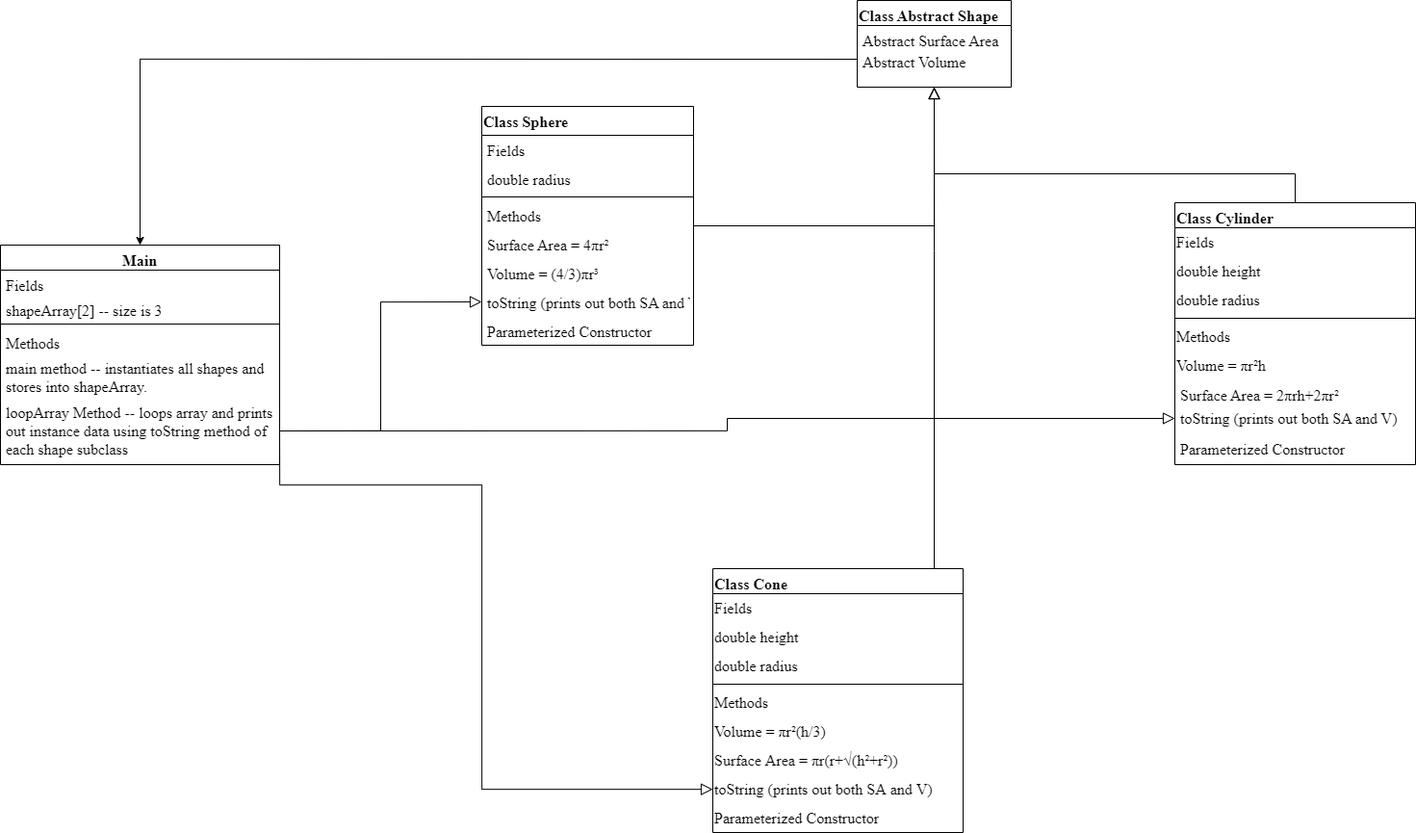
Earlier version of the draw.io export ShapesUML.drawio.png (monstro-montra/Shapes). Source tidied: cells renumbered, new cells last; positions are measured from the earlier drawing's top-left corner, leaving out a move shared by most shapes.
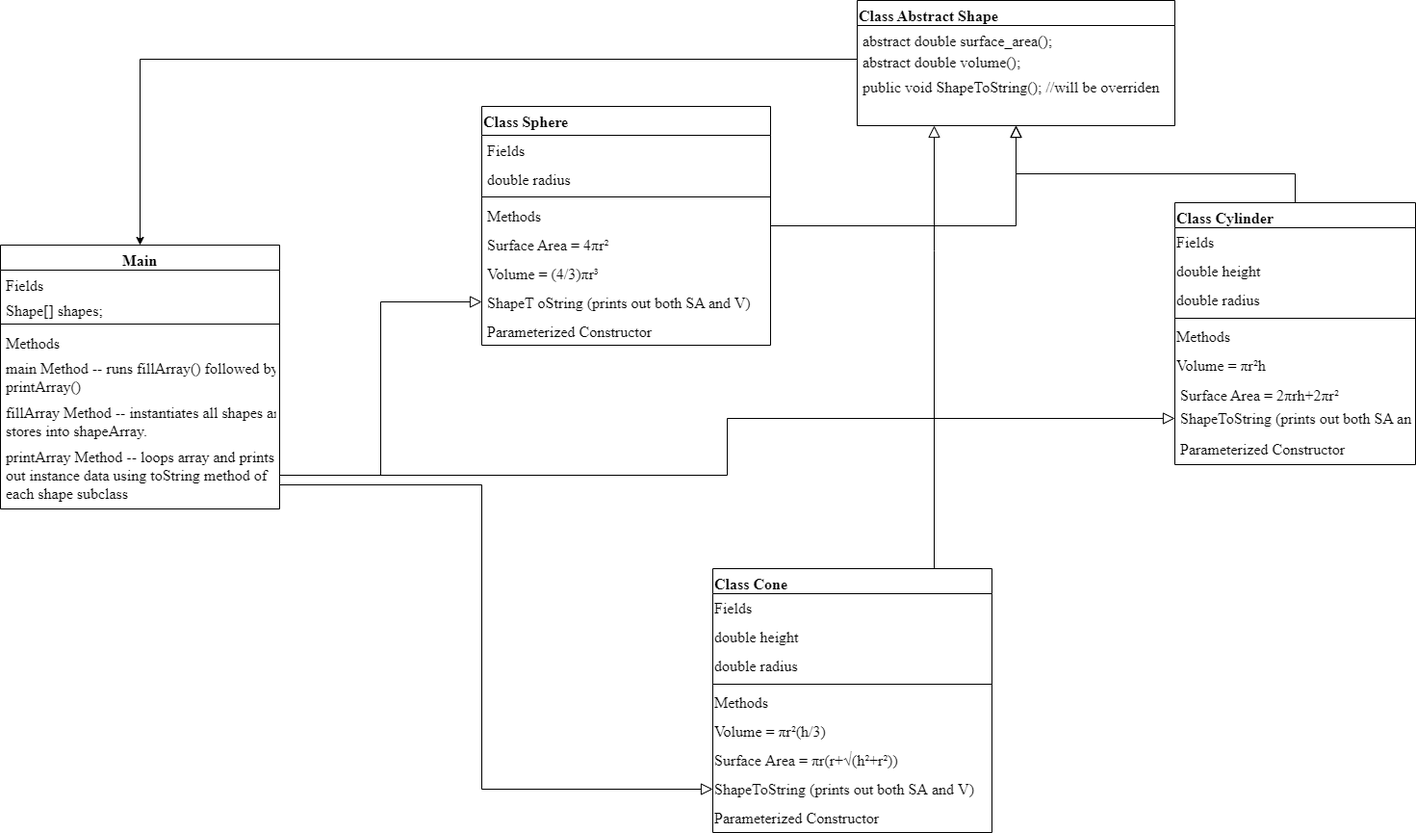
After the commit.

Diff of the diagram source:
```diff
@@ -3,43 +3,46 @@
     <mxCell id="0" />
     <mxCell id="1" parent="0" />
     <mxCell id="2" value="Class Abstract Shape" style="swimlane;fontStyle=1;align=left;verticalAlign=top;horizontal=1;startSize=26;rounded=0;shadow=0;strokeWidth=1;fontFamily=Times New Roman;fontSize=16;" parent="1" vertex="1">
-      <mxGeometry x="890" width="160" height="90" as="geometry" />
+      <mxGeometry x="890" width="330" height="130" as="geometry" />
     </mxCell>
-    <mxCell id="3" value="Abstract Surface Area" style="text;align=left;verticalAlign=top;spacingLeft=4;spacingRight=4;overflow=hidden;fontFamily=Times New Roman;fontSize=16;" parent="2" vertex="1">
-      <mxGeometry y="26" width="160" height="22" as="geometry" />
+    <mxCell id="3" value="abstract double surface_area();" style="text;align=left;verticalAlign=top;spacingLeft=4;spacingRight=4;overflow=hidden;fontFamily=Times New Roman;fontSize=16;" parent="2" vertex="1">
+      <mxGeometry y="26" width="330" height="22" as="geometry" />
     </mxCell>
-    <mxCell id="4" value="Abstract Volume" style="text;align=left;verticalAlign=top;spacingLeft=4;spacingRight=4;overflow=hidden;points=[[0,0.5],[1,0.5]];portConstraint=eastwest;rounded=0;shadow=0;html=0;fontFamily=Times New Roman;fontSize=16;" parent="2" vertex="1">
-      <mxGeometry y="48" width="160" height="26" as="geometry" />
+    <mxCell id="4" value="abstract double volume();" style="text;align=left;verticalAlign=top;spacingLeft=4;spacingRight=4;overflow=hidden;points=[[0,0.5],[1,0.5]];portConstraint=eastwest;rounded=0;shadow=0;html=0;fontFamily=Times New Roman;fontSize=16;" parent="2" vertex="1">
+      <mxGeometry y="48" width="330" height="26" as="geometry" />
     </mxCell>
+    <mxCell id="48" value="public void ShapeToString(); //will be overriden" style="text;align=left;verticalAlign=top;spacingLeft=4;spacingRight=4;overflow=hidden;rounded=0;shadow=0;html=0;fontFamily=Times New Roman;fontSize=16;" parent="2" vertex="1">
+      <mxGeometry y="74" width="330" height="26" as="geometry" />
+    </mxCell>
     <mxCell id="5" value="Class Cone" style="swimlane;fontStyle=1;align=left;verticalAlign=top;horizontal=1;startSize=26;rounded=0;shadow=0;strokeWidth=1;fontFamily=Times New Roman;fontSize=16;" parent="1" vertex="1">
-      <mxGeometry x="740" y="590" width="260" height="274" as="geometry" />
+      <mxGeometry x="740" y="590" width="290" height="274" as="geometry" />
     </mxCell>
     <mxCell id="6" value="&lt;font style=&quot;font-size: 16px;&quot;&gt;Fields&lt;br style=&quot;font-size: 16px;&quot;&gt;&lt;/font&gt;" style="text;html=1;align=left;verticalAlign=middle;strokeColor=none;fillColor=none;fontSize=16;fontFamily=Times New Roman;" parent="5" vertex="1">
-      <mxGeometry y="26" width="260" height="30" as="geometry" />
+      <mxGeometry y="26" width="290" height="30" as="geometry" />
     </mxCell>
     <mxCell id="7" value="double height" style="text;html=1;align=left;verticalAlign=middle;strokeColor=none;fillColor=none;fontSize=16;fontFamily=Times New Roman;" parent="5" vertex="1">
-      <mxGeometry y="56" width="260" height="30" as="geometry" />
+      <mxGeometry y="56" width="290" height="30" as="geometry" />
     </mxCell>
     <mxCell id="8" value="double radius" style="text;html=1;align=left;verticalAlign=middle;strokeColor=none;fillColor=none;fontSize=16;fontFamily=Times New Roman;" parent="5" vertex="1">
-      <mxGeometry y="86" width="260" height="30" as="geometry" />
+      <mxGeometry y="86" width="290" height="30" as="geometry" />
     </mxCell>
     <mxCell id="9" style="line;strokeWidth=1;fillColor=none;align=left;verticalAlign=middle;spacingTop=-1;spacingLeft=3;spacingRight=3;labelPosition=right;strokeColor=inherit;fontFamily=Times New Roman;fontSize=16;" parent="5" vertex="1">
-      <mxGeometry y="116" width="260" height="8" as="geometry" />
+      <mxGeometry y="116" width="290" height="8" as="geometry" />
     </mxCell>
     <mxCell id="10" value="Methods" style="text;html=1;align=left;verticalAlign=middle;strokeColor=none;fillColor=none;fontSize=16;fontFamily=Times New Roman;" parent="5" vertex="1">
-      <mxGeometry y="124" width="260" height="30" as="geometry" />
+      <mxGeometry y="124" width="290" height="30" as="geometry" />
     </mxCell>
     <mxCell id="11" value="Volume = πr²(h/3)" style="text;html=1;align=left;verticalAlign=middle;strokeColor=none;fillColor=none;fontSize=16;fontFamily=Times New Roman;" parent="5" vertex="1">
-      <mxGeometry y="154" width="260" height="30" as="geometry" />
+      <mxGeometry y="154" width="290" height="30" as="geometry" />
     </mxCell>
     <mxCell id="12" value="&lt;font style=&quot;font-size: 16px;&quot;&gt;Surface Area = πr(r+√(h²+r²))&lt;/font&gt;" style="text;html=1;align=left;verticalAlign=middle;strokeColor=none;fillColor=none;fontSize=16;fontFamily=Times New Roman;" parent="5" vertex="1">
-      <mxGeometry y="184" width="260" height="30" as="geometry" />
+      <mxGeometry y="184" width="290" height="30" as="geometry" />
     </mxCell>
-    <mxCell id="13" value="toString (prints out&amp;nbsp;&lt;span style=&quot;padding: 0px; margin: 0px; font-size: 16px;&quot;&gt;both SA and V&lt;/span&gt;)" style="text;html=1;align=left;verticalAlign=middle;points=[];strokeColor=none;fillColor=none;fontSize=16;fontFamily=Times New Roman;" parent="5" vertex="1">
-      <mxGeometry y="214" width="260" height="30" as="geometry" />
+    <mxCell id="13" value="ShapeToString (prints out&amp;nbsp;&lt;span style=&quot;padding: 0px; margin: 0px; font-size: 16px;&quot;&gt;both SA and V&lt;/span&gt;)" style="text;html=1;align=left;verticalAlign=middle;points=[];strokeColor=none;fillColor=none;fontSize=16;fontFamily=Times New Roman;" parent="5" vertex="1">
+      <mxGeometry y="214" width="290" height="30" as="geometry" />
     </mxCell>
     <mxCell id="14" value="Parameterized Constructor" style="text;html=1;align=left;verticalAlign=middle;strokeColor=none;fillColor=none;fontSize=16;fontFamily=Times New Roman;" parent="5" vertex="1">
-      <mxGeometry y="244" width="260" height="30" as="geometry" />
+      <mxGeometry y="244" width="290" height="30" as="geometry" />
     </mxCell>
     <mxCell id="15" style="endArrow=block;endSize=10;endFill=0;shadow=0;strokeWidth=1;rounded=0;edgeStyle=elbowEdgeStyle;elbow=vertical;fontFamily=Times New Roman;fontSize=16;align=left;" parent="1" edge="1" source="5" target="2">
       <mxGeometry relative="1" as="geometry">
@@ -76,7 +79,7 @@
     <mxCell id="23" value="Surface Area = 2πrh+2πr²" style="text;align=left;verticalAlign=top;spacingLeft=4;spacingRight=4;overflow=hidden;fontFamily=Times New Roman;fontSize=16;" parent="16" vertex="1">
       <mxGeometry y="184" width="250" height="24" as="geometry" />
     </mxCell>
-    <mxCell id="24" value="toString (prints out both SA and V)" style="text;align=left;verticalAlign=top;spacingLeft=4;spacingRight=4;overflow=hidden;points=[[0,0.5],[1,0.5]];portConstraint=eastwest;fontFamily=Times New Roman;fontSize=16;" parent="16" vertex="1">
+    <mxCell id="24" value="ShapeToString (prints out both SA and V)" style="text;align=left;verticalAlign=top;spacingLeft=4;spacingRight=4;overflow=hidden;points=[[0,0.5],[1,0.5]];portConstraint=eastwest;fontFamily=Times New Roman;fontSize=16;" parent="16" vertex="1">
       <mxGeometry y="208" width="250" height="32" as="geometry" />
     </mxCell>
     <mxCell id="25" value="Parameterized Constructor" style="text;align=left;verticalAlign=top;spacingLeft=4;spacingRight=4;overflow=hidden;fontFamily=Times New Roman;fontSize=16;" parent="16" vertex="1">
@@ -93,39 +96,39 @@
       <mxGeometry relative="1" as="geometry" />
     </mxCell>
     <mxCell id="28" value="Class Sphere" style="swimlane;fontStyle=1;horizontal=1;startSize=30;fontFamily=Times New Roman;fontSize=16;align=left;" parent="1" vertex="1">
-      <mxGeometry x="500" y="110" width="220" height="248" as="geometry" />
+      <mxGeometry x="500" y="110" width="300" height="248" as="geometry" />
     </mxCell>
     <mxCell id="29" value="Fields" style="text;strokeColor=none;fillColor=none;align=left;verticalAlign=middle;spacingLeft=4;spacingRight=4;overflow=hidden;fontFamily=Times New Roman;fontSize=16;" parent="28" vertex="1">
-      <mxGeometry y="30" width="220" height="30" as="geometry" />
+      <mxGeometry y="30" width="300" height="30" as="geometry" />
     </mxCell>
     <mxCell id="30" value="double radius" style="text;strokeColor=none;fillColor=none;align=left;verticalAlign=middle;spacingLeft=4;spacingRight=4;overflow=hidden;fontFamily=Times New Roman;fontSize=16;" parent="28" vertex="1">
-      <mxGeometry y="60" width="220" height="30" as="geometry" />
+      <mxGeometry y="60" width="300" height="30" as="geometry" />
     </mxCell>
     <mxCell id="31" style="line;strokeWidth=1;fillColor=none;align=left;verticalAlign=middle;spacingTop=-1;spacingLeft=3;spacingRight=3;labelPosition=right;strokeColor=inherit;fontFamily=Times New Roman;fontSize=16;" parent="28" vertex="1">
-      <mxGeometry y="90" width="220" height="8" as="geometry" />
+      <mxGeometry y="90" width="300" height="8" as="geometry" />
     </mxCell>
     <mxCell id="32" value="Methods" style="text;strokeColor=none;fillColor=none;align=left;verticalAlign=middle;spacingLeft=4;spacingRight=4;overflow=hidden;fontFamily=Times New Roman;fontSize=16;" parent="28" vertex="1">
-      <mxGeometry y="98" width="220" height="30" as="geometry" />
+      <mxGeometry y="98" width="300" height="30" as="geometry" />
     </mxCell>
     <mxCell id="33" value="Surface Area = 4πr²" style="text;strokeColor=none;fillColor=none;align=left;verticalAlign=middle;spacingLeft=4;spacingRight=4;overflow=hidden;fontFamily=Times New Roman;fontSize=16;" parent="28" vertex="1">
-      <mxGeometry y="128" width="220" height="30" as="geometry" />
+      <mxGeometry y="128" width="300" height="30" as="geometry" />
     </mxCell>
     <mxCell id="34" value="Volume = (4/3)πr³" style="text;strokeColor=none;fillColor=none;align=left;verticalAlign=middle;spacingLeft=4;spacingRight=4;overflow=hidden;fontFamily=Times New Roman;fontSize=16;" parent="28" vertex="1">
-      <mxGeometry y="158" width="220" height="30" as="geometry" />
+      <mxGeometry y="158" width="300" height="30" as="geometry" />
     </mxCell>
-    <mxCell id="35" value="toString (prints out both SA and V)" style="text;strokeColor=none;fillColor=none;align=left;verticalAlign=middle;spacingLeft=4;spacingRight=4;overflow=hidden;points=[[0,0.5],[1,0.5]];portConstraint=eastwest;fontFamily=Times New Roman;fontSize=16;" parent="28" vertex="1">
-      <mxGeometry y="188" width="220" height="30" as="geometry" />
+    <mxCell id="35" value="ShapeT oString (prints out both SA and V)" style="text;strokeColor=none;fillColor=none;align=left;verticalAlign=middle;spacingLeft=4;spacingRight=4;overflow=hidden;points=[[0,0.5],[1,0.5]];portConstraint=eastwest;fontFamily=Times New Roman;fontSize=16;" parent="28" vertex="1">
+      <mxGeometry y="188" width="300" height="30" as="geometry" />
     </mxCell>
     <mxCell id="36" value="Parameterized Constructor" style="text;strokeColor=none;fillColor=none;align=left;verticalAlign=middle;spacingLeft=4;spacingRight=4;overflow=hidden;fontFamily=Times New Roman;fontSize=16;" parent="28" vertex="1">
-      <mxGeometry y="218" width="220" height="30" as="geometry" />
+      <mxGeometry y="218" width="300" height="30" as="geometry" />
     </mxCell>
     <mxCell id="37" value="Main" style="swimlane;fontStyle=1;align=center;verticalAlign=top;horizontal=1;startSize=26;fontFamily=Times New Roman;fontSize=16;" parent="1" vertex="1">
-      <mxGeometry y="254" width="290" height="228" as="geometry" />
+      <mxGeometry y="254" width="290" height="274" as="geometry" />
     </mxCell>
     <mxCell id="38" value="Fields" style="text;strokeColor=none;fillColor=none;align=left;verticalAlign=top;spacingLeft=4;spacingRight=4;overflow=hidden;fontFamily=Times New Roman;fontSize=16;" parent="37" vertex="1">
       <mxGeometry y="26" width="290" height="26" as="geometry" />
     </mxCell>
-    <mxCell id="39" value="shapeArray[2] -- size is 3" style="text;strokeColor=none;fillColor=none;align=left;verticalAlign=top;spacingLeft=4;spacingRight=4;overflow=hidden;fontFamily=Times New Roman;fontSize=16;" parent="37" vertex="1">
+    <mxCell id="39" value="Shape[] shapes;" style="text;strokeColor=none;fillColor=none;align=left;verticalAlign=top;spacingLeft=4;spacingRight=4;overflow=hidden;fontFamily=Times New Roman;fontSize=16;" parent="37" vertex="1">
       <mxGeometry y="52" width="290" height="26" as="geometry" />
     </mxCell>
     <mxCell id="40" style="line;strokeWidth=1;fillColor=none;align=left;verticalAlign=middle;spacingTop=-1;spacingLeft=3;spacingRight=3;labelPosition=right;strokeColor=inherit;fontFamily=Times New Roman;fontSize=16;" parent="37" vertex="1">
@@ -134,11 +137,14 @@
     <mxCell id="41" value="Methods" style="text;strokeColor=none;fillColor=none;align=left;verticalAlign=top;spacingLeft=4;spacingRight=4;overflow=hidden;fontFamily=Times New Roman;fontSize=16;" parent="37" vertex="1">
       <mxGeometry y="86" width="290" height="26" as="geometry" />
     </mxCell>
+    <mxCell id="49" value="main Method -- runs fillArray() followed by &#10;printArray()" style="text;strokeColor=none;fillColor=none;align=left;verticalAlign=top;spacingLeft=4;spacingRight=4;overflow=hidden;fontFamily=Times New Roman;fontSize=16;" parent="37" vertex="1">
+      <mxGeometry y="112" width="290" height="46" as="geometry" />
+    </mxCell>
-    <mxCell id="42" value="main method -- instantiates all shapes and &#10;stores into shapeArray." style="text;strokeColor=none;fillColor=none;align=left;verticalAlign=top;spacingLeft=4;spacingRight=4;overflow=hidden;fontFamily=Times New Roman;fontSize=16;" parent="37" vertex="1">
-      <mxGeometry y="112" width="290" height="46" as="geometry" />
+    <mxCell id="42" value="fillArray Method -- instantiates all shapes and &#10;stores into shapeArray." style="text;strokeColor=none;fillColor=none;align=left;verticalAlign=top;spacingLeft=4;spacingRight=4;overflow=hidden;fontFamily=Times New Roman;fontSize=16;" parent="37" vertex="1">
+      <mxGeometry y="158" width="290" height="46" as="geometry" />
     </mxCell>
-    <mxCell id="43" value="loopArray Method -- loops array and prints&#10;out instance data using toString method of&#10;each shape subclass" style="text;strokeColor=none;fillColor=none;align=left;verticalAlign=top;spacingLeft=4;spacingRight=4;overflow=hidden;points=[[0,0.5],[1,0.5]];portConstraint=eastwest;fontFamily=Times New Roman;fontSize=16;" parent="37" vertex="1">
-      <mxGeometry y="158" width="290" height="70" as="geometry" />
+    <mxCell id="43" value="printArray Method -- loops array and prints&#10;out instance data using toString method of&#10;each shape subclass" style="text;strokeColor=none;fillColor=none;align=left;verticalAlign=top;spacingLeft=4;spacingRight=4;overflow=hidden;points=[[0,0.5],[1,0.5]];portConstraint=eastwest;fontFamily=Times New Roman;fontSize=16;" parent="37" vertex="1">
+      <mxGeometry y="204" width="290" height="70" as="geometry" />
     </mxCell>
     <mxCell id="44" style="edgeStyle=orthogonalEdgeStyle;rounded=0;jettySize=auto;html=1;exitX=0;exitY=0.5;exitDx=0;exitDy=0;entryX=0.5;entryY=0;entryDx=0;entryDy=0;strokeColor=#000000;fontFamily=Times New Roman;fontSize=16;" parent="1" edge="1" source="4" target="37">
       <mxGeometry relative="1" as="geometry" />
```
